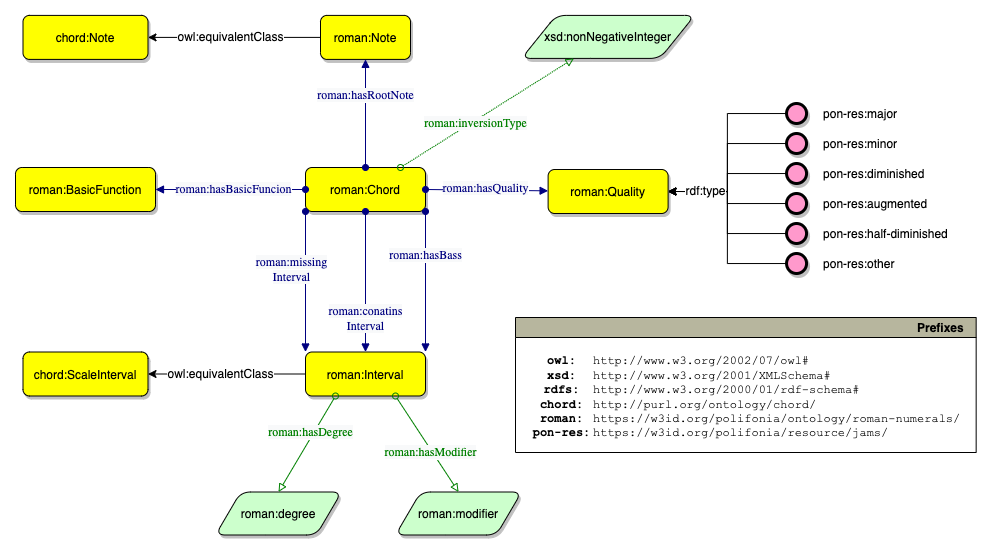
Above: assets/roman-chord-ontology.png in polifonia-project/roman-chord-ontology (draw.io), before the change. Source tidied: cells renumbered, new cells last; positions are measured from the earlier drawing's top-left corner, leaving out a move shared by most shapes.
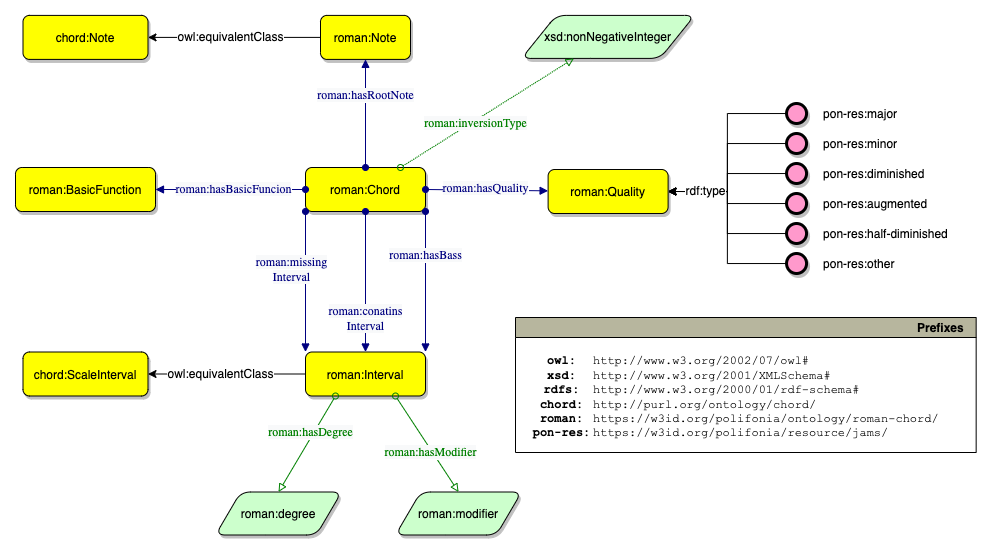
Later version of the same file.

What changed in the source:
```diff
@@ -22,8 +22,8 @@
     <mxCell id="7" value="&lt;b&gt;owl:&lt;br&gt;xsd:&lt;br&gt;rdfs:&lt;br&gt;chord:&lt;br&gt;roman:&lt;br&gt;pon-res:&lt;br&gt;&lt;/b&gt;" style="text;html=1;align=center;verticalAlign=middle;fontFamily=Courier New;" parent="6" vertex="1">
       <mxGeometry x="11.1" y="35.5" width="70" height="90" as="geometry" />
     </mxCell>
-    <mxCell id="8" value="http://www.w3.org/2002/07/owl#&lt;br&gt;http://www.w3.org/2001/XMLSchema#&lt;br&gt;http://www.w3.org/2000/01/rdf-schema#&lt;br&gt;http://purl.org/ontology/chord/&lt;br&gt;https://w3id.org/polifonia/ontology/roman-numerals/&lt;br&gt;https://w3id.org/polifonia/resource/jams/" style="text;html=1;align=left;verticalAlign=middle;fontFamily=Courier New;" parent="6" vertex="1">
-      <mxGeometry x="76.1" y="35.5" width="380" height="90" as="geometry" />
+    <mxCell id="8" value="http://www.w3.org/2002/07/owl#&lt;br&gt;http://www.w3.org/2001/XMLSchema#&lt;br&gt;http://www.w3.org/2000/01/rdf-schema#&lt;br&gt;http://purl.org/ontology/chord/&lt;br&gt;https://w3id.org/polifonia/ontology/roman-chord/&lt;br&gt;https://w3id.org/polifonia/resource/jams/" style="text;html=1;align=left;verticalAlign=middle;fontFamily=Courier New;" parent="6" vertex="1">
+      <mxGeometry x="76.1" y="35.5" width="360" height="90" as="geometry" />
     </mxCell>
     <mxCell id="9" style="graphMlID=e5;rounded=0;endArrow=block;strokeColor=#000080;strokeWidth=1.0;startArrow=oval;startFill=1;endFill=1;fontSize=12;exitX=1;exitY=1;exitDx=0;exitDy=0;entryX=1;entryY=0;entryDx=0;entryDy=0;" parent="1" edge="1" source="2" target="32">
       <mxGeometry relative="1" as="geometry" />
```
